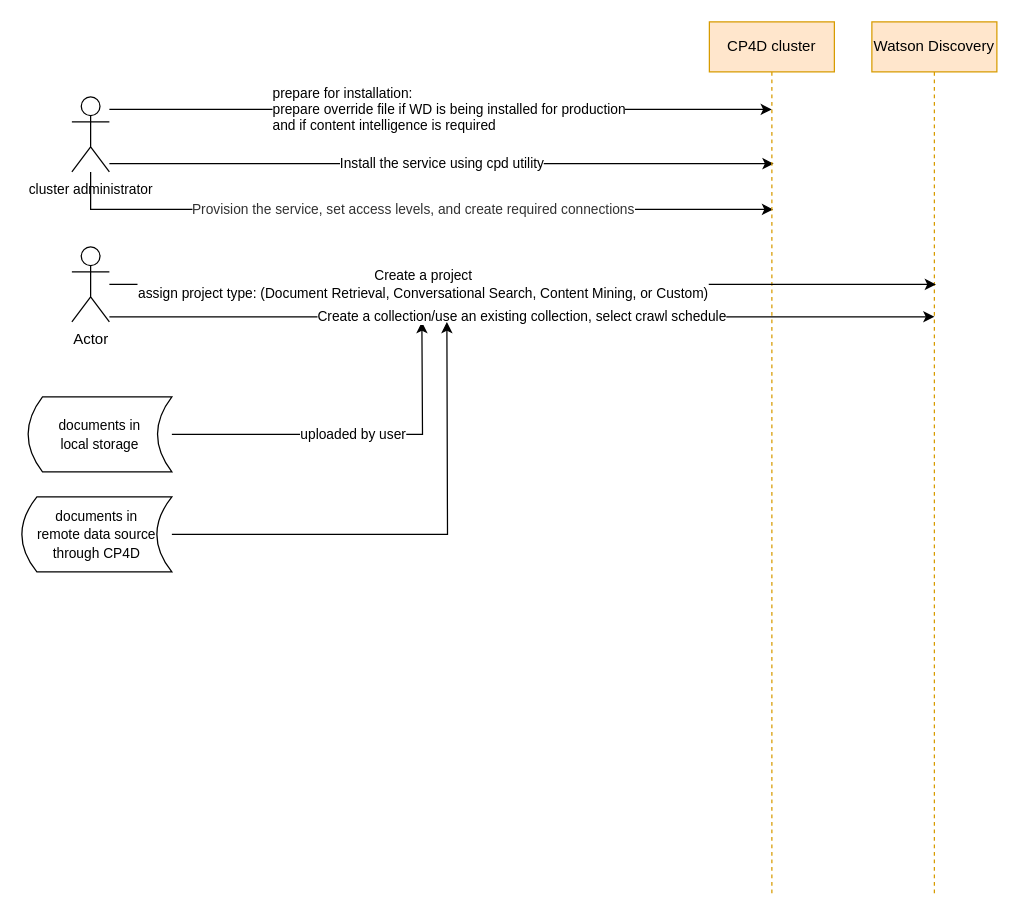
Earlier version of the draw.io diagram wd.drawio (kanchantewary/CloudPakForData). Source tidied: cells renumbered, new cells numbered last; positions are measured from the earlier drawing's top-left corner, leaving out a move shared by most shapes. Both pictures are drawn from the tidied source at 125%, with x=0, y=0 at pixel (21, 21).
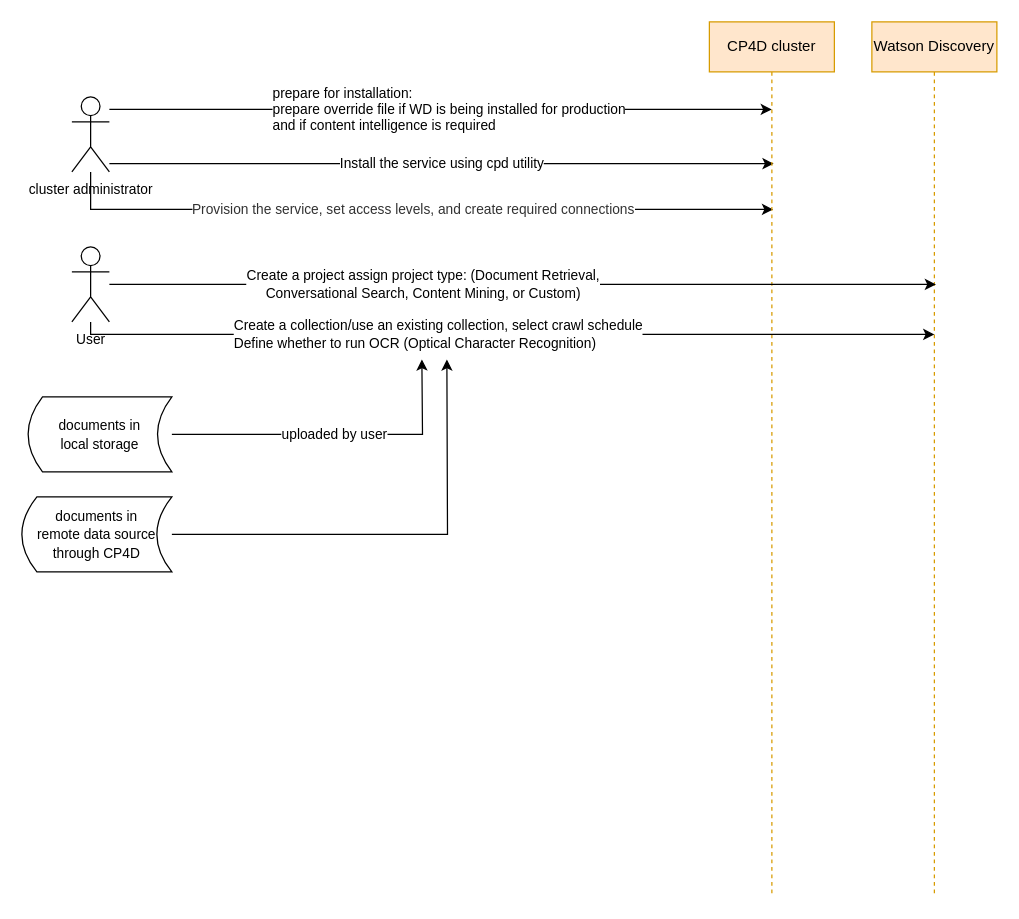
The same diagram, later.

Unchanged cells that the change refers to:
```xml
<mxCell id="7" value="Watson Discovery" style="shape=umlLifeline;perimeter=lifelinePerimeter;whiteSpace=wrap;html=1;outlineConnect=0;fillColor=#ffe6cc;strokeColor=#d79b00;" parent="1" vertex="1">
  <mxGeometry x="680" width="100" height="700" as="geometry" />
</mxCell>
<mxCell id="9" value="&lt;font style=&quot;font-size: 11px&quot;&gt;documents in &lt;br&gt;local storage&lt;/font&gt;" style="shape=dataStorage;whiteSpace=wrap;html=1;" parent="1" vertex="1">
  <mxGeometry x="5" y="300" width="115" height="60" as="geometry" />
</mxCell>
<mxCell id="14" value="&lt;font style=&quot;font-size: 11px&quot;&gt;documents in &lt;br&gt;remote data source &lt;br&gt;through CP4D&lt;/font&gt;" style="shape=dataStorage;whiteSpace=wrap;html=1;" parent="1" vertex="1">
  <mxGeometry y="380" width="120" height="60" as="geometry" />
</mxCell>
```

What changed in the source:
```diff
@@
     <mxCell id="8" value="uploaded by user" style="edgeStyle=orthogonalEdgeStyle;rounded=0;jettySize=auto;html=1;" parent="1" edge="1" source="9">
       <mxGeometry relative="1" as="geometry">
-        <mxPoint x="320" y="240" as="targetPoint" />
+        <mxPoint x="320" y="270" as="targetPoint" />
       </mxGeometry>
     </mxCell>
@@
-    <mxCell id="10" value="Create a project&lt;br&gt;assign project type: (Document Retrieval, Conversational Search, Content Mining, or Custom)" style="edgeStyle=orthogonalEdgeStyle;rounded=0;jettySize=auto;html=1;entryX=0.513;entryY=0.3;entryDx=0;entryDy=0;entryPerimeter=0;" parent="1" edge="1" source="12" target="7">
+    <mxCell id="10" value="Create a project&amp;nbsp;assign project type: (Document Retrieval, &lt;br&gt;Conversational Search, Content Mining, or Custom)" style="edgeStyle=orthogonalEdgeStyle;rounded=0;jettySize=auto;html=1;entryX=0.513;entryY=0.3;entryDx=0;entryDy=0;entryPerimeter=0;" parent="1" edge="1" source="12" target="7">
       <mxGeometry x="-0.24" relative="1" as="geometry" />
     </mxCell>
-    <mxCell id="11" value="Create a collection/use an existing collection, select crawl schedule" style="edgeStyle=orthogonalEdgeStyle;rounded=0;jettySize=auto;html=1;entryX=0.501;entryY=0.337;entryDx=0;entryDy=0;entryPerimeter=0;" parent="1" edge="1" source="12" target="7">
-      <mxGeometry relative="1" as="geometry">
+    <mxCell id="11" value="&lt;font style=&quot;font-size: 11px&quot;&gt;Create a collection/use an existing collection, select crawl schedule&lt;br&gt;Define whether to&amp;nbsp;run OCR (Optical Character Recognition)&amp;nbsp;&lt;/font&gt;" style="edgeStyle=orthogonalEdgeStyle;rounded=0;jettySize=auto;html=1;align=left;" parent="1" edge="1" source="12">
+      <mxGeometry x="-0.64" relative="1" as="geometry">
+        <mxPoint x="730" y="250" as="targetPoint" />
         <Array as="points">
-          <mxPoint x="230" y="236" />
-          <mxPoint x="230" y="236" />
+          <mxPoint x="55" y="250" />
+          <mxPoint x="730" y="250" />
         </Array>
       </mxGeometry>
     </mxCell>
-    <mxCell id="12" value="Actor" style="shape=umlActor;verticalLabelPosition=bottom;verticalAlign=top;html=1;outlineConnect=0;" parent="1" vertex="1">
+    <mxCell id="12" value="&lt;font style=&quot;font-size: 11px&quot;&gt;User&lt;/font&gt;" style="shape=umlActor;verticalLabelPosition=bottom;verticalAlign=top;html=1;outlineConnect=0;" parent="1" vertex="1">
       <mxGeometry x="40" y="180" width="30" height="60" as="geometry" />
     </mxCell>
     <mxCell id="13" style="edgeStyle=orthogonalEdgeStyle;rounded=0;jettySize=auto;html=1;" parent="1" edge="1" source="14">
       <mxGeometry relative="1" as="geometry">
-        <mxPoint x="340" y="240" as="targetPoint" />
+        <mxPoint x="340" y="270" as="targetPoint" />
       </mxGeometry>
     </mxCell>
```
